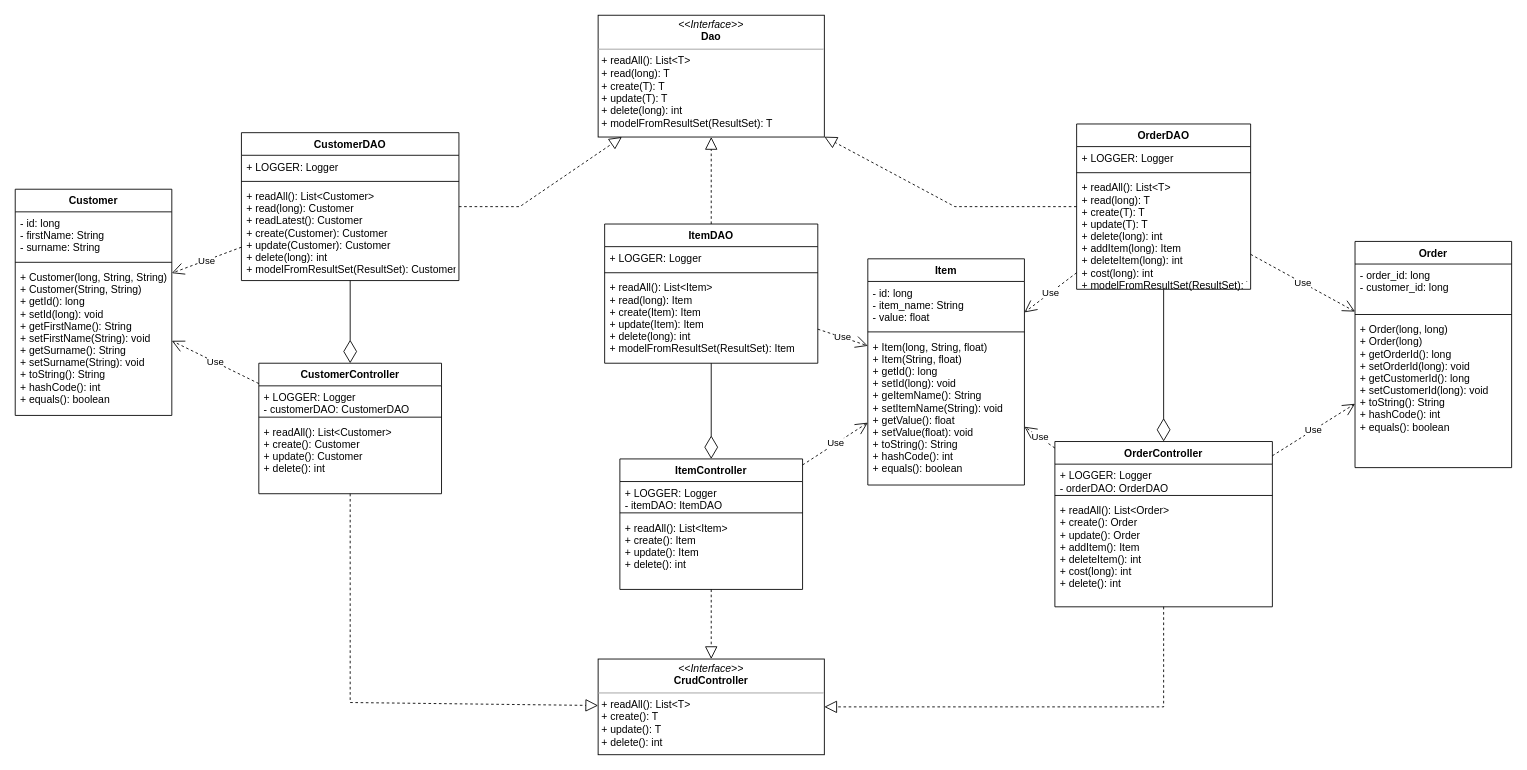
Above: documents/IMS Class diagram.drawio in Tasdiq-Dewan/Tasdiq-Dewan-IMS-Project (draw.io), before the change. Source tidied: cells renumbered, new cells numbered last; positions are measured from the earlier drawing's top-left corner, leaving out a move shared by most shapes. Both pictures are drawn from the tidied source at 87%, with x=0, y=0 at pixel (15, 15).
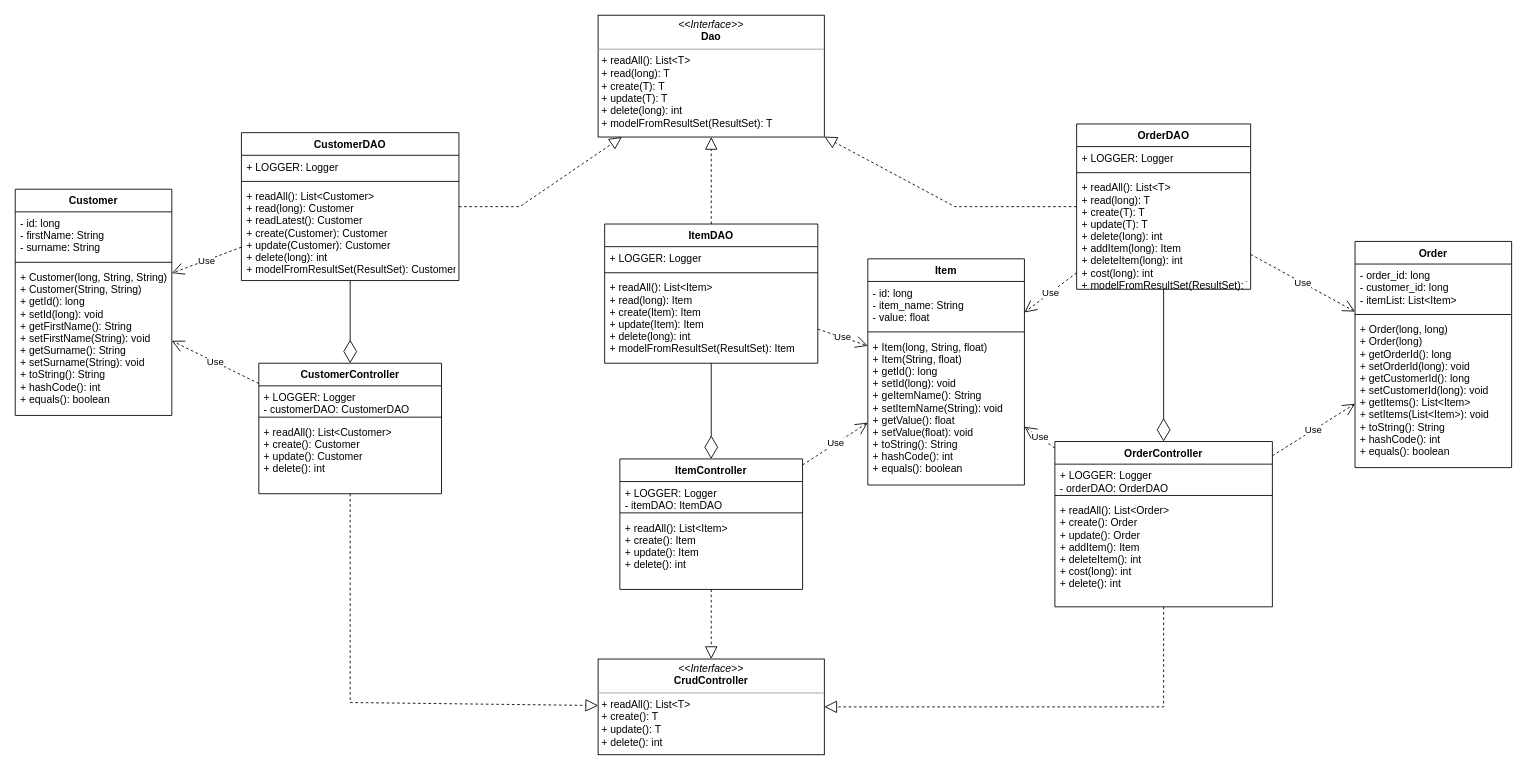
The same diagram, later.

Commit message (it also covers changes not shown here):
updated class diagram so Order class contains list of items

The change refers to these unchanged cells:
```xml
<mxCell id="51" value="Order" style="swimlane;fontStyle=1;align=center;verticalAlign=top;horizontal=1;startSize=26;" parent="1" vertex="1">
  <mxGeometry x="1540" y="260" width="180" height="260" as="geometry" />
</mxCell>
```

Change to the diagram source:
```diff
@@
-    <mxCell id="52" value="- order_id: long&#10;- customer_id: long" style="text;strokeColor=none;fillColor=none;align=left;verticalAlign=top;spacingLeft=4;spacingRight=4;overflow=hidden;" parent="51" vertex="1">
+    <mxCell id="52" value="- order_id: long&#10;- customer_id: long&#10;- itemList: List&lt;Item&gt;" style="text;strokeColor=none;fillColor=none;align=left;verticalAlign=top;spacingLeft=4;spacingRight=4;overflow=hidden;" parent="51" vertex="1">
       <mxGeometry y="26" width="180" height="54" as="geometry" />
     </mxCell>
@@
-    <mxCell id="54" value="+ Order(long, long)&#10;+ Order(long)&#10;+ getOrderId(): long&#10;+ setOrderId(long): void&#10;+ getCustomerId(): long&#10;+ setCustomerId(long): void&#10;+ toString(): String&#10;+ hashCode(): int&#10;+ equals(): boolean" style="text;strokeColor=none;fillColor=none;align=left;verticalAlign=top;spacingLeft=4;spacingRight=4;overflow=hidden;" parent="51" vertex="1">
+    <mxCell id="54" value="+ Order(long, long)&#10;+ Order(long)&#10;+ getOrderId(): long&#10;+ setOrderId(long): void&#10;+ getCustomerId(): long&#10;+ setCustomerId(long): void&#10;+ getItems(): List&lt;Item&gt;&#10;+ setItems(List&lt;Item&gt;): void&#10;+ toString(): String&#10;+ hashCode(): int&#10;+ equals(): boolean" style="text;strokeColor=none;fillColor=none;align=left;verticalAlign=top;spacingLeft=4;spacingRight=4;overflow=hidden;" parent="51" vertex="1">
       <mxGeometry y="88" width="180" height="172" as="geometry" />
     </mxCell>
```
